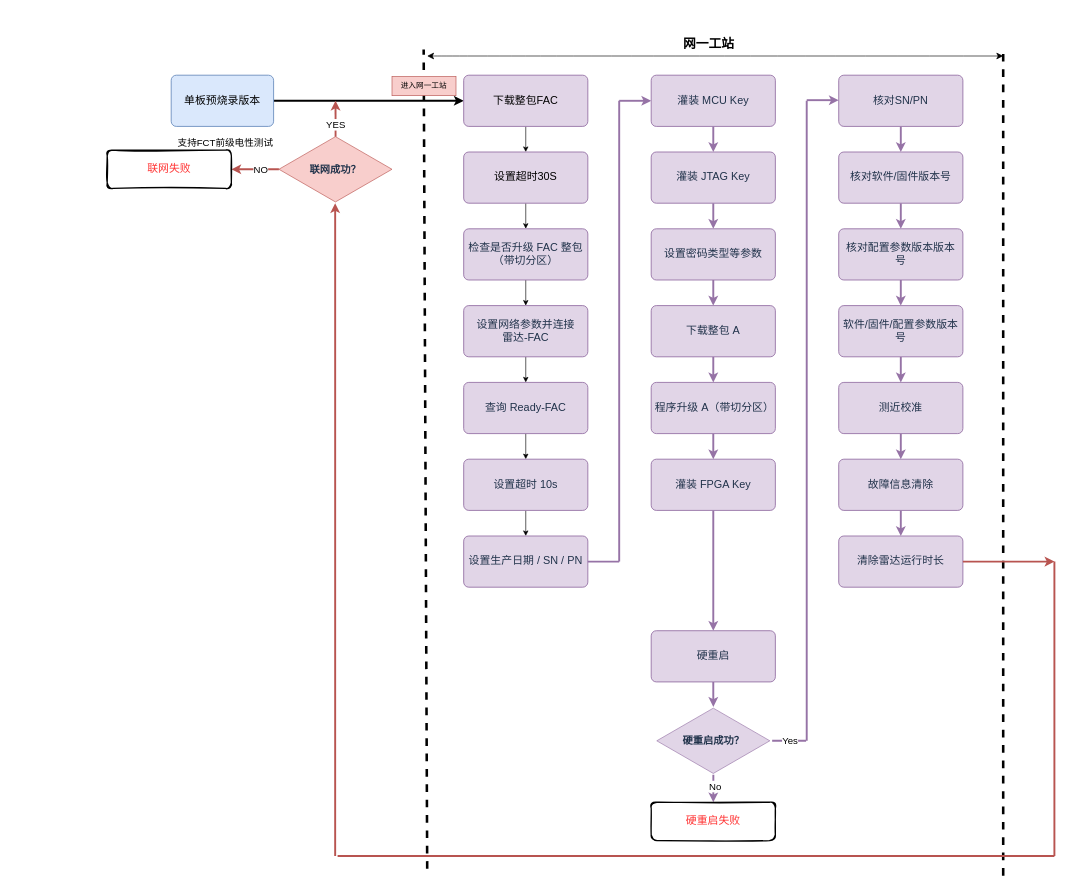
Earlier version of the draw.io diagram A11-变砖流程.drawio (shenwangchong/learngit). Source tidied: cells renumbered, new cells numbered last; positions are measured from the earlier drawing's top-left corner, leaving out a move shared by most shapes. Both pictures are drawn from the tidied source at 64%, with x=0, y=0 at pixel (107, 30).
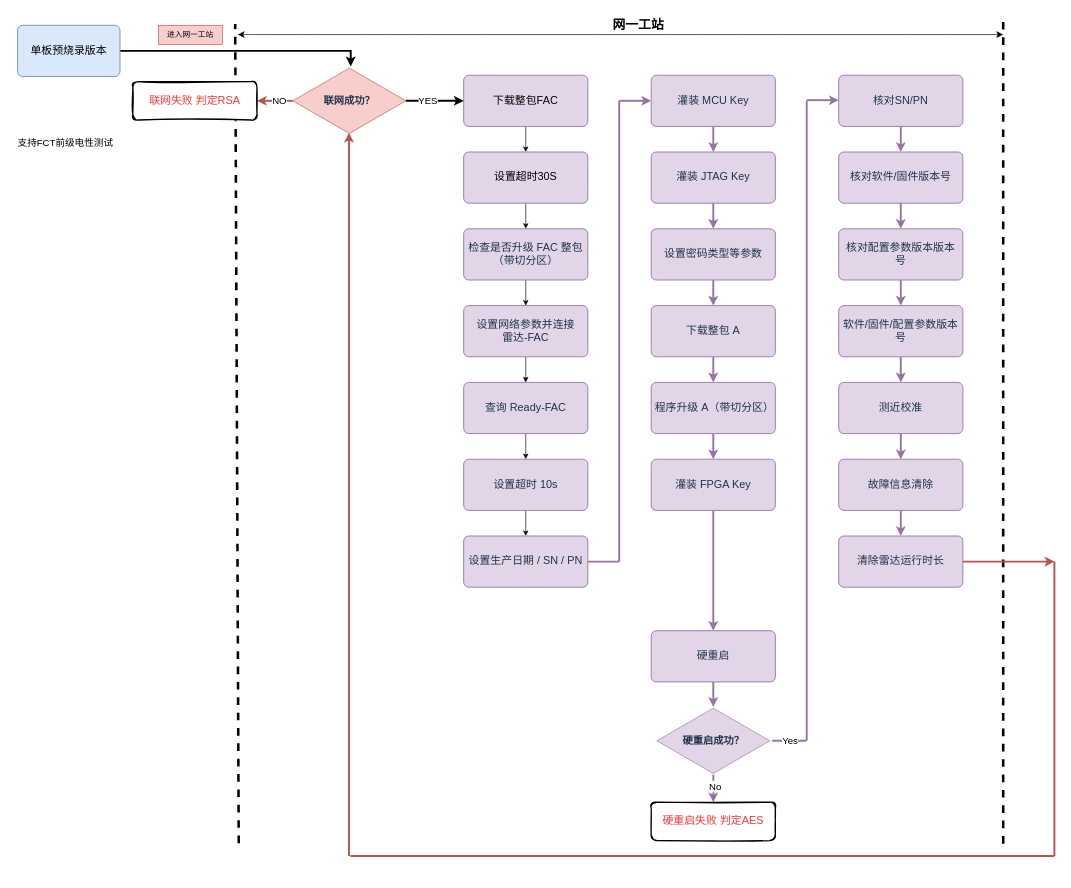
After the change.

Commit message:
更新A11-变砖流程.drawio

The change refers to these unchanged cells:
```xml
<mxCell id="7" value="下载整包FAC" style="rounded=1;whiteSpace=wrap;html=1;arcSize=10;fillColor=#e1d5e7;strokeColor=#9673a6;strokeWidth=1.4;fontFamily=Microsoft YaHei;fontSize=17;align=center;verticalAlign=middle;spacing=7;" parent="1" vertex="1">
  <mxGeometry x="557" y="70" width="194" height="80" as="geometry" />
</mxCell>
<mxCell id="65" style="edgeStyle=orthogonalEdgeStyle;rounded=0;jettySize=auto;html=1;defaultLabelBackgroundColor=page;fillColor=#f8cecc;strokeColor=#b85450;strokeWidth=3;" parent="1" edge="1" source="67" target="70">
  <mxGeometry relative="1" as="geometry" />
</mxCell>
```

Diff of the diagram source:
```diff
@@
-    <mxCell id="2" style="edgeStyle=orthogonalEdgeStyle;rounded=0;jettySize=auto;html=1;defaultLabelBackgroundColor=page;strokeWidth=3;" parent="1" edge="1" source="3" target="7">
-      <mxGeometry relative="1" as="geometry" />
+    <mxCell id="2" style="edgeStyle=orthogonalEdgeStyle;rounded=0;jettySize=auto;html=1;defaultLabelBackgroundColor=page;strokeWidth=3;entryX=0.512;entryY=-0.007;entryDx=0;entryDy=0;entryPerimeter=0;" parent="1" edge="1" source="3" target="67">
+      <mxGeometry x="-0.76" relative="1" as="geometry" />
     </mxCell>
     <mxCell id="3" value="单板预烧录版本" style="rounded=1;whiteSpace=wrap;html=1;arcSize=10;fillColor=#dae8fc;strokeColor=#6c8ebf;strokeWidth=1.4;fontFamily=Microsoft YaHei;fontSize=17;align=center;verticalAlign=middle;spacing=7;" parent="1" vertex="1">
-      <mxGeometry x="100" y="70" width="160" height="80" as="geometry" />
+      <mxGeometry x="-140" y="-8" width="160" height="80" as="geometry" />
     </mxCell>
     <mxCell id="4" style="endArrow=none;dashed=1;html=1;rounded=0;defaultLabelBackgroundColor=page;strokeWidth=4;" parent="1" edge="1">
       <mxGeometry relative="1" as="geometry">
-        <mxPoint x="500" y="1310" as="sourcePoint" />
-        <mxPoint x="494.5" y="30" as="targetPoint" />
+        <mxPoint x="205.5" y="1270" as="sourcePoint" />
+        <mxPoint x="200" y="-10" as="targetPoint" />
       </mxGeometry>
     </mxCell>
     <mxCell id="5" value="&lt;font style=&quot;font-size: 15px;&quot;&gt;支持FCT前级电性测试&lt;/font&gt;" style="text;html=1;whiteSpace=wrap;strokeColor=none;fillColor=none;align=center;verticalAlign=middle;rounded=0;" parent="1" vertex="1">
-      <mxGeometry x="100" y="160" width="170" height="30" as="geometry" />
+      <mxGeometry x="-150" y="160" width="170" height="30" as="geometry" />
     </mxCell>
@@
     <mxCell id="8" value="进入网一工站" style="text;html=1;whiteSpace=wrap;strokeColor=#b85450;fillColor=#f8cecc;align=center;verticalAlign=middle;rounded=0;" parent="1" vertex="1">
-      <mxGeometry x="445" y="72" width="100" height="30" as="geometry" />
+      <mxGeometry x="80" y="-8" width="100" height="30" as="geometry" />
     </mxCell>
@@
-    <mxCell id="40" value="&lt;font style=&quot;font-size: 17px;&quot;&gt;硬重启失败&lt;/font&gt;" style="rounded=1;whiteSpace=wrap;html=1;strokeWidth=2;fillWeight=4;hachureGap=8;hachureAngle=45;fillColor=#FFFFFF;sketch=1;fontColor=#FF3333;" parent="1" vertex="1">
+    <mxCell id="40" value="&lt;font style=&quot;font-size: 17px;&quot;&gt;硬重启失败 判定AES&lt;/font&gt;" style="rounded=1;whiteSpace=wrap;html=1;strokeWidth=2;fillWeight=4;hachureGap=8;hachureAngle=45;fillColor=#FFFFFF;sketch=1;fontColor=#FF3333;" parent="1" vertex="1">
       <mxGeometry x="850" y="1206" width="194" height="60" as="geometry" />
     </mxCell>
@@
     <mxCell id="58" style="endArrow=none;dashed=1;html=1;rounded=0;defaultLabelBackgroundColor=page;strokeWidth=4;" parent="1" edge="1">
       <mxGeometry relative="1" as="geometry">
-        <mxPoint x="1400" y="1320.7" as="sourcePoint" />
-        <mxPoint x="1400" y="30" as="targetPoint" />
+        <mxPoint x="1400" y="1270.7" as="sourcePoint" />
+        <mxPoint x="1400" y="-20" as="targetPoint" />
       </mxGeometry>
     </mxCell>
     <mxCell id="59" style="endArrow=classic;startArrow=classic;html=1;rounded=0;fontSize=12;defaultLabelBackgroundColor=page;startSize=8;endSize=8;curved=1;" parent="1" edge="1">
       <mxGeometry relative="1" as="geometry">
-        <mxPoint x="500" y="40" as="sourcePoint" />
-        <mxPoint x="1400" y="40" as="targetPoint" />
+        <mxPoint x="204" y="6.5" as="sourcePoint" />
+        <mxPoint x="1400" y="6.5" as="targetPoint" />
       </mxGeometry>
     </mxCell>
     <mxCell id="60" value="&lt;font style=&quot;font-size: 20px;&quot;&gt;&lt;b&gt;网一工站&lt;/b&gt;&lt;/font&gt;" style="text;html=1;whiteSpace=wrap;strokeColor=none;fillColor=none;align=center;verticalAlign=middle;rounded=0;strokeWidth=5;" parent="1" vertex="1">
-      <mxGeometry x="890" width="100" height="40" as="geometry" />
+      <mxGeometry x="780" y="-30" width="100" height="40" as="geometry" />
     </mxCell>
@@
     <mxCell id="62" style="endArrow=none;html=1;rounded=0;defaultLabelBackgroundColor=page;fillColor=#f8cecc;strokeColor=#b85450;strokeWidth=3;" parent="1" edge="1">
       <mxGeometry relative="1" as="geometry">
-        <mxPoint x="360" y="1290" as="sourcePoint" />
+        <mxPoint x="380" y="1290" as="sourcePoint" />
         <mxPoint x="1480" y="1290" as="targetPoint" />
       </mxGeometry>
     </mxCell>
@@
     <mxCell id="64" style="endArrow=classic;html=1;rounded=0;defaultLabelBackgroundColor=page;fillColor=#f8cecc;strokeColor=#b85450;strokeWidth=3;" parent="1" edge="1">
       <mxGeometry relative="1" as="geometry">
-        <mxPoint x="356.2" y="1290" as="sourcePoint" />
-        <mxPoint x="356.2" y="270" as="targetPoint" />
+        <mxPoint x="377.8" y="1290" as="sourcePoint" />
+        <mxPoint x="377.8" y="160" as="targetPoint" />
       </mxGeometry>
     </mxCell>
+    <mxCell id="71" style="edgeStyle=orthogonalEdgeStyle;rounded=0;jettySize=auto;html=1;defaultLabelBackgroundColor=page;strokeWidth=3;fontSize=15;" parent="1" edge="1" source="67" target="7">
+      <mxGeometry relative="1" as="geometry" />
+    </mxCell>
+    <mxCell id="69" value="YES" style="edgeLabel;html=1;align=center;verticalAlign=middle;inheritText=1;fontSize=15;defaultLabelBackgroundColor=page;" parent="71" vertex="1">
+      <mxGeometry x="-0.24" y="-4" relative="1" as="geometry">
+        <mxPoint y="-5" as="offset" />
+      </mxGeometry>
+    </mxCell>
@@
-    <mxCell id="66" value="&lt;font style=&quot;font-size: 15px;&quot;&gt;NO&lt;/font&gt;" style="edgeLabel;html=1;align=center;verticalAlign=middle;inheritText=1;defaultLabelBackgroundColor=page;" parent="65" vertex="1">
-      <mxGeometry x="-0.21" relative="1" as="geometry" />
+    <mxCell id="66" value="NO" style="edgeLabel;html=1;align=center;verticalAlign=middle;inheritText=fontFamily,fontColor,fontStyle,textOpacity,labelBorderColor,labelBorderWidth,labelBackgroundColor,defaultLabelBackgroundColor,labelPadding;defaultLabelBackgroundColor=page;fontSize=15;" parent="65" vertex="1">
+      <mxGeometry x="-0.02" y="-1" relative="1" as="geometry">
+        <mxPoint x="5" as="offset" />
+      </mxGeometry>
     </mxCell>
     <mxCell id="67" value="&lt;span style=&quot;color: rgb(32, 50, 74); font-family: &amp;quot;Microsoft YaHei&amp;quot;; font-size: 16px; font-weight: 700;&quot;&gt;联网成功？&lt;/span&gt;" style="html=1;whiteSpace=wrap;shape=isoRectangle;fillColor=#f8cecc;strokeColor=#b85450;" parent="1" vertex="1">
-      <mxGeometry x="268.3" y="164" width="176.7" height="106" as="geometry" />
+      <mxGeometry x="290" y="57" width="176.7" height="106" as="geometry" />
     </mxCell>
-    <mxCell id="68" style="endArrow=classic;html=1;rounded=0;defaultLabelBackgroundColor=page;exitX=0.501;exitY=0.021;exitDx=0;exitDy=0;exitPerimeter=0;fillColor=#f8cecc;strokeColor=#b85450;strokeWidth=3;" parent="1" edge="1" source="67">
-      <mxGeometry relative="1" as="geometry">
-        <mxPoint x="356.8" y="110" as="targetPoint" />
-      </mxGeometry>
-    </mxCell>
-    <mxCell id="69" value="&lt;font style=&quot;font-size: 15px;&quot;&gt;YES&lt;/font&gt;" style="edgeLabel;html=1;align=center;verticalAlign=middle;inheritText=1;defaultLabelBackgroundColor=page;" parent="68" vertex="1">
-      <mxGeometry x="-0.29" y="-2" relative="1" as="geometry">
-        <mxPoint x="-2" as="offset" />
-      </mxGeometry>
-    </mxCell>
-    <mxCell id="70" value="&lt;font style=&quot;font-size: 17px;&quot;&gt;联网失败&lt;/font&gt;" style="rounded=1;whiteSpace=wrap;html=1;strokeWidth=2;fillWeight=4;hachureGap=8;hachureAngle=45;fillColor=#FFFFFF;sketch=1;fontColor=#FF3333;" parent="1" vertex="1">
-      <mxGeometry y="187" width="194" height="60" as="geometry" />
+    <mxCell id="70" value="&lt;font style=&quot;font-size: 17px;&quot;&gt;联网失败 判定RSA&lt;/font&gt;" style="rounded=1;whiteSpace=wrap;html=1;strokeWidth=2;fillWeight=4;hachureGap=8;hachureAngle=45;fillColor=#FFFFFF;sketch=1;fontColor=#FF3333;" parent="1" vertex="1">
+      <mxGeometry x="40" y="80" width="194" height="60" as="geometry" />
     </mxCell>
```
